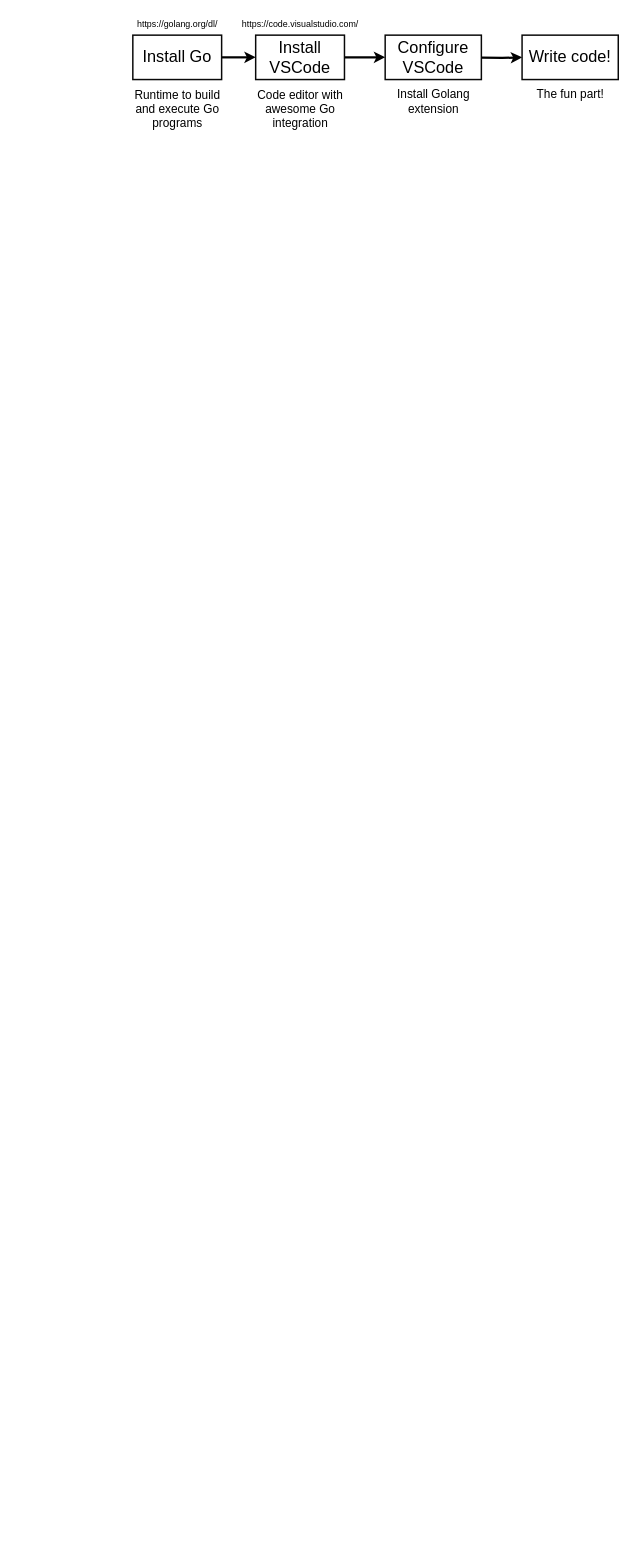
The draw.io diagram page "Page-1" (1 of 21) of Untitled Diagram.drawio in EsraSrg/golang, before the edit. Source tidied: cells renumbered, new cells numbered last; positions are measured from the earlier drawing's top-left corner, leaving out a move shared by most shapes. Both pictures are drawn from the tidied source at 74%, with x=0, y=0 at pixel (131, 13).
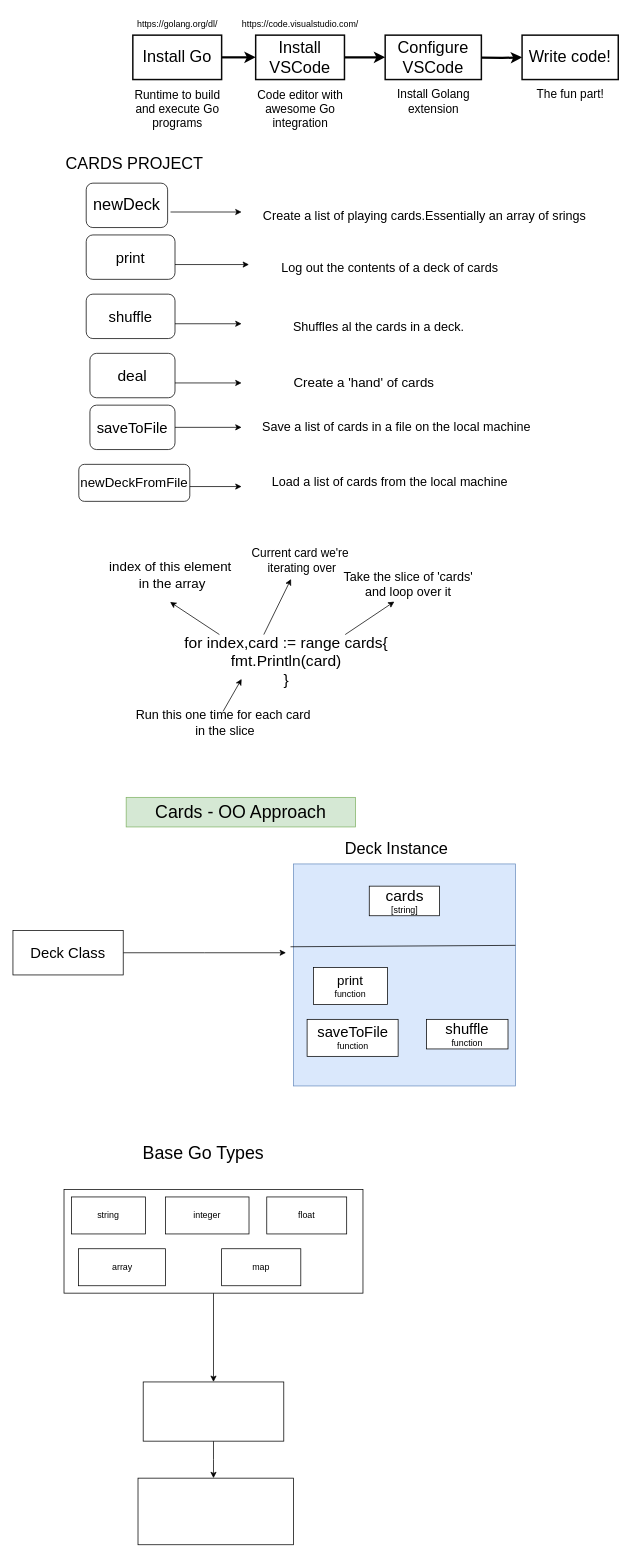
The same diagram, later.

Diff of the diagram source:
```diff
@@
+    <mxCell id="15" value="&lt;font style=&quot;font-size: 22px;&quot;&gt;newDeck&lt;/font&gt;" style="rounded=1;whiteSpace=wrap;html=1;" parent="1" vertex="1">
+      <mxGeometry x="-61" y="230" width="110" height="60" as="geometry" />
+    </mxCell>
+    <mxCell id="16" value="&lt;font style=&quot;font-size: 20px;&quot;&gt;print&lt;/font&gt;" style="rounded=1;whiteSpace=wrap;html=1;" parent="1" vertex="1">
+      <mxGeometry x="-61" y="300" width="120" height="60" as="geometry" />
+    </mxCell>
+    <mxCell id="17" value="&lt;font style=&quot;font-size: 20px;&quot;&gt;shuffle&lt;/font&gt;" style="rounded=1;whiteSpace=wrap;html=1;" parent="1" vertex="1">
+      <mxGeometry x="-61" y="380" width="120" height="60" as="geometry" />
+    </mxCell>
+    <mxCell id="18" value="&lt;font style=&quot;font-size: 21px;&quot;&gt;deal&lt;/font&gt;" style="rounded=1;whiteSpace=wrap;html=1;" parent="1" vertex="1">
+      <mxGeometry x="-56" y="460" width="115" height="60" as="geometry" />
+    </mxCell>
+    <mxCell id="19" value="&lt;font style=&quot;font-size: 18px;&quot;&gt;newDeckFromFile&lt;/font&gt;" style="rounded=1;whiteSpace=wrap;html=1;" parent="1" vertex="1">
+      <mxGeometry x="-71" y="610" width="150" height="50" as="geometry" />
+    </mxCell>
+    <mxCell id="20" value="&lt;font style=&quot;font-size: 20px;&quot;&gt;saveToFile&lt;/font&gt;" style="rounded=1;whiteSpace=wrap;html=1;" parent="1" vertex="1">
+      <mxGeometry x="-56" y="530" width="115" height="60" as="geometry" />
+    </mxCell>
+    <mxCell id="21" value="&lt;font style=&quot;font-size: 22px;&quot;&gt;CARDS PROJECT&lt;/font&gt;" style="text;html=1;align=center;verticalAlign=middle;strokeColor=none;fillColor=none;" parent="1" vertex="1">
+      <mxGeometry x="-101" y="185" width="210" height="40" as="geometry" />
+    </mxCell>
+    <mxCell id="22" style="endArrow=classic;html=1;rounded=0;exitX=1.036;exitY=0.65;exitDx=0;exitDy=0;exitPerimeter=0;" parent="1" edge="1" source="15">
+      <mxGeometry relative="1" as="geometry">
+        <mxPoint x="149" y="269" as="targetPoint" />
+      </mxGeometry>
+    </mxCell>
+    <mxCell id="23" value="&lt;font style=&quot;font-size: 17px;&quot;&gt;Create a list of playing cards.Essentially an array of srings&lt;/font&gt;" style="text;html=1;align=center;verticalAlign=middle;strokeColor=none;fillColor=none;" parent="1" vertex="1">
+      <mxGeometry x="166" y="260" width="460" height="30" as="geometry" />
+    </mxCell>
+    <mxCell id="24" style="endArrow=classic;html=1;rounded=0;" parent="1" edge="1">
+      <mxGeometry relative="1" as="geometry">
+        <mxPoint x="59" y="340" as="sourcePoint" />
+        <mxPoint x="159" y="340" as="targetPoint" />
+      </mxGeometry>
+    </mxCell>
+    <mxCell id="25" value="&lt;font style=&quot;font-size: 17px;&quot;&gt;Log out the contents of a deck of cards&lt;/font&gt;" style="text;html=1;align=center;verticalAlign=middle;strokeColor=none;fillColor=none;" parent="1" vertex="1">
+      <mxGeometry x="189" y="330" width="320" height="30" as="geometry" />
+    </mxCell>
+    <mxCell id="26" style="endArrow=classic;html=1;rounded=0;" parent="1" edge="1">
+      <mxGeometry relative="1" as="geometry">
+        <mxPoint x="59" y="420" as="sourcePoint" />
+        <mxPoint x="149" y="420" as="targetPoint" />
+      </mxGeometry>
+    </mxCell>
+    <mxCell id="27" value="&lt;font style=&quot;font-size: 17px;&quot;&gt;Shuffles al the cards in a deck.&lt;/font&gt;" style="text;html=1;align=center;verticalAlign=middle;strokeColor=none;fillColor=none;" parent="1" vertex="1">
+      <mxGeometry x="209" y="410" width="250" height="30" as="geometry" />
+    </mxCell>
+    <mxCell id="28" style="endArrow=classic;html=1;rounded=0;" parent="1" edge="1">
+      <mxGeometry relative="1" as="geometry">
+        <mxPoint x="59" y="500" as="sourcePoint" />
+        <mxPoint x="149" y="500" as="targetPoint" />
+      </mxGeometry>
+    </mxCell>
+    <mxCell id="29" value="&lt;font style=&quot;font-size: 18px;&quot;&gt;Create a 'hand' of cards&lt;/font&gt;" style="text;html=1;align=center;verticalAlign=middle;strokeColor=none;fillColor=none;" parent="1" vertex="1">
+      <mxGeometry x="209" y="480" width="210" height="40" as="geometry" />
+    </mxCell>
+    <mxCell id="30" style="endArrow=classic;html=1;rounded=0;exitX=1;exitY=0.5;exitDx=0;exitDy=0;" parent="1" edge="1" source="20">
+      <mxGeometry relative="1" as="geometry">
+        <mxPoint x="149" y="560" as="targetPoint" />
+      </mxGeometry>
+    </mxCell>
+    <mxCell id="31" value="&lt;font style=&quot;font-size: 17px;&quot;&gt;Save a list of cards in a file on the local machine&lt;/font&gt;" style="text;html=1;align=center;verticalAlign=middle;strokeColor=none;fillColor=none;" parent="1" vertex="1">
+      <mxGeometry x="163" y="545" width="390" height="30" as="geometry" />
+    </mxCell>
+    <mxCell id="32" style="endArrow=classic;html=1;rounded=0;" parent="1" edge="1">
+      <mxGeometry relative="1" as="geometry">
+        <mxPoint x="79" y="640" as="sourcePoint" />
+        <mxPoint x="149" y="640" as="targetPoint" />
+      </mxGeometry>
+    </mxCell>
+    <mxCell id="33" value="&lt;font style=&quot;font-size: 17px;&quot;&gt;Load a list of cards from the local machine&lt;/font&gt;" style="text;html=1;align=center;verticalAlign=middle;strokeColor=none;fillColor=none;" parent="1" vertex="1">
+      <mxGeometry x="179" y="620" width="340" height="30" as="geometry" />
+    </mxCell>
+    <mxCell id="34" value="&lt;div style=&quot;font-size: 21px;&quot;&gt;&lt;font style=&quot;font-size: 21px;&quot;&gt;for index,card := range cards{&lt;/font&gt;&lt;/div&gt;&lt;div style=&quot;font-size: 21px;&quot;&gt;&lt;font style=&quot;font-size: 21px;&quot;&gt;fmt.Println(card)&lt;/font&gt;&lt;/div&gt;&lt;div style=&quot;font-size: 21px;&quot;&gt;&lt;font style=&quot;font-size: 21px;&quot;&gt;}&lt;font style=&quot;font-size: 21px;&quot;&gt;&lt;br&gt;&lt;/font&gt;&lt;/font&gt;&lt;/div&gt;" style="text;html=1;align=center;verticalAlign=middle;strokeColor=none;fillColor=none;" parent="1" vertex="1">
+      <mxGeometry x="59" y="830" width="300" height="90" as="geometry" />
+    </mxCell>
+    <mxCell id="35" style="endArrow=classic;html=1;rounded=0;entryX=0.486;entryY=1.1;entryDx=0;entryDy=0;entryPerimeter=0;" parent="1" edge="1" target="36">
+      <mxGeometry relative="1" as="geometry">
+        <mxPoint x="119" y="840" as="sourcePoint" />
+      </mxGeometry>
+    </mxCell>
+    <mxCell id="36" value="&lt;div style=&quot;font-size: 18px;&quot;&gt;&lt;font style=&quot;font-size: 18px;&quot;&gt;index of this element&amp;nbsp;&lt;/font&gt;&lt;/div&gt;&lt;div style=&quot;font-size: 18px;&quot;&gt;&lt;font style=&quot;font-size: 18px;&quot;&gt;in the array&lt;/font&gt;&lt;/div&gt;" style="text;html=1;align=center;verticalAlign=middle;points=[];strokeColor=none;fillColor=none;" parent="1" vertex="1">
+      <mxGeometry x="-40" y="730" width="190" height="60" as="geometry" />
+    </mxCell>
+    <mxCell id="37" style="endArrow=classic;html=1;rounded=0;" parent="1" edge="1" target="38">
+      <mxGeometry relative="1" as="geometry">
+        <mxPoint x="179" y="840" as="sourcePoint" />
+      </mxGeometry>
+    </mxCell>
+    <mxCell id="38" value="&lt;div style=&quot;font-size: 16px;&quot;&gt;&lt;font style=&quot;font-size: 16px;&quot;&gt;Current card we're&lt;/font&gt;&lt;/div&gt;&lt;div style=&quot;font-size: 16px;&quot;&gt;&lt;font style=&quot;font-size: 16px;&quot;&gt;&amp;nbsp;iterating over&lt;/font&gt;&lt;/div&gt;" style="text;html=1;align=center;verticalAlign=middle;points=[];strokeColor=none;fillColor=none;" parent="1" vertex="1">
+      <mxGeometry x="153" y="715" width="150" height="50" as="geometry" />
+    </mxCell>
+    <mxCell id="39" value="&lt;div style=&quot;font-size: 17px;&quot;&gt;&lt;font style=&quot;font-size: 17px;&quot;&gt;Take the slice of 'cards'&lt;/font&gt;&lt;/div&gt;&lt;div style=&quot;font-size: 17px;&quot;&gt;&lt;font style=&quot;font-size: 17px;&quot;&gt;and loop over it&lt;font style=&quot;font-size: 17px;&quot;&gt;&lt;br&gt;&lt;/font&gt;&lt;/font&gt;&lt;/div&gt;" style="text;html=1;align=center;verticalAlign=middle;points=[];strokeColor=none;fillColor=none;" parent="1" vertex="1">
+      <mxGeometry x="274" y="748" width="200" height="50" as="geometry" />
+    </mxCell>
+    <mxCell id="40" style="endArrow=classic;html=1;rounded=0;entryX=0.407;entryY=0.95;entryDx=0;entryDy=0;entryPerimeter=0;" parent="1" edge="1" target="39">
+      <mxGeometry relative="1" as="geometry">
+        <mxPoint x="289" y="840" as="sourcePoint" />
+      </mxGeometry>
+    </mxCell>
+    <mxCell id="41" value="&lt;div style=&quot;font-size: 17px;&quot;&gt;&lt;font style=&quot;font-size: 17px;&quot;&gt;Run this one time for each card&lt;/font&gt;&lt;/div&gt;&lt;div style=&quot;font-size: 17px;&quot;&gt;&lt;font style=&quot;font-size: 17px;&quot;&gt;&amp;nbsp;in the slice&lt;/font&gt;&lt;/div&gt;" style="text;html=1;align=center;verticalAlign=middle;points=[];strokeColor=none;fillColor=none;" parent="1" vertex="1">
+      <mxGeometry x="-6" y="935" width="260" height="50" as="geometry" />
+    </mxCell>
+    <mxCell id="42" style="endArrow=classic;html=1;rounded=0;exitX=0.5;exitY=0.175;exitDx=0;exitDy=0;exitPerimeter=0;" parent="1" edge="1" source="41">
+      <mxGeometry relative="1" as="geometry">
+        <mxPoint x="149" y="900" as="targetPoint" />
+      </mxGeometry>
+    </mxCell>
+    <mxCell id="43" value="&lt;font style=&quot;font-size: 24px;&quot;&gt;Cards - OO Approach&lt;/font&gt;" style="rounded=0;whiteSpace=wrap;html=1;fillColor=#d5e8d4;strokeColor=#82b366;" parent="1" vertex="1">
+      <mxGeometry x="-7" y="1060" width="310" height="40" as="geometry" />
+    </mxCell>
+    <mxCell id="44" style="edgeStyle=orthogonalEdgeStyle;rounded=0;jettySize=auto;html=1;" parent="1" edge="1" source="45">
+      <mxGeometry relative="1" as="geometry">
+        <mxPoint x="209" y="1270" as="targetPoint" />
+      </mxGeometry>
+    </mxCell>
+    <mxCell id="45" value="&lt;font style=&quot;font-size: 20px;&quot;&gt;Deck Class&lt;/font&gt;" style="rounded=0;whiteSpace=wrap;html=1;" parent="1" vertex="1">
+      <mxGeometry x="-160" y="1240" width="149" height="60" as="geometry" />
+    </mxCell>
+    <mxCell id="46" value="&lt;div&gt;&lt;br&gt;&lt;/div&gt;&lt;div&gt;&lt;br&gt;&lt;/div&gt;&lt;div&gt;&lt;br&gt;&lt;/div&gt;&lt;div&gt;&lt;br&gt;&lt;/div&gt;&lt;div&gt;&lt;br&gt;&lt;/div&gt;&lt;div&gt;&lt;br&gt;&lt;/div&gt;" style="whiteSpace=wrap;html=1;fillColor=#dae8fc;strokeColor=#6c8ebf;" parent="1" vertex="1">
+      <mxGeometry x="219" y="1150" width="300" height="300" as="geometry" />
+    </mxCell>
+    <mxCell id="47" value="&lt;div&gt;&lt;font style=&quot;font-size: 20px;&quot;&gt;shuffle&lt;/font&gt;&lt;/div&gt;&lt;div&gt;function&lt;br&gt;&lt;/div&gt;" style="rounded=0;whiteSpace=wrap;html=1;" parent="1" vertex="1">
+      <mxGeometry x="399" y="1360" width="110" height="40" as="geometry" />
+    </mxCell>
+    <mxCell id="48" value="&lt;div style=&quot;font-size: 20px;&quot;&gt;saveToFile&lt;/div&gt;&lt;div&gt;function&lt;br&gt;&lt;/div&gt;" style="rounded=0;whiteSpace=wrap;html=1;" parent="1" vertex="1">
+      <mxGeometry x="237.5" y="1360" width="123" height="50" as="geometry" />
+    </mxCell>
+    <mxCell id="49" value="&lt;div&gt;&lt;font style=&quot;font-size: 18px;&quot;&gt;print&lt;/font&gt;&lt;/div&gt;&lt;div&gt;function&lt;br&gt;&lt;/div&gt;" style="rounded=0;whiteSpace=wrap;html=1;" parent="1" vertex="1">
+      <mxGeometry x="246" y="1290" width="100" height="50" as="geometry" />
+    </mxCell>
+    <mxCell id="50" value="&lt;div&gt;&lt;font style=&quot;font-size: 21px;&quot;&gt;cards&lt;/font&gt;&lt;/div&gt;&lt;div&gt;[string]&lt;br&gt;&lt;/div&gt;" style="rounded=0;whiteSpace=wrap;html=1;" parent="1" vertex="1">
+      <mxGeometry x="321.5" y="1180" width="95" height="40" as="geometry" />
+    </mxCell>
+    <mxCell id="51" style="endArrow=none;html=1;rounded=0;exitX=-0.013;exitY=0.373;exitDx=0;exitDy=0;exitPerimeter=0;" parent="1" edge="1" source="46">
+      <mxGeometry relative="1" as="geometry">
+        <mxPoint x="519" y="1260" as="targetPoint" />
+      </mxGeometry>
+    </mxCell>
+    <mxCell id="52" value="&lt;font style=&quot;font-size: 22px;&quot;&gt;Deck Instance&lt;/font&gt;" style="text;html=1;align=center;verticalAlign=middle;strokeColor=none;fillColor=none;" parent="1" vertex="1">
+      <mxGeometry x="278" y="1110" width="160" height="40" as="geometry" />
+    </mxCell>
+    <mxCell id="53" value="&lt;div style=&quot;font-size: 24px;&quot;&gt;&lt;font style=&quot;font-size: 24px;&quot;&gt;Base Go Types&lt;/font&gt;&lt;/div&gt;&lt;div style=&quot;font-size: 24px;&quot;&gt;&lt;font style=&quot;font-size: 24px;&quot;&gt;&lt;br&gt;&lt;/font&gt;&lt;/div&gt;" style="text;html=1;align=center;verticalAlign=middle;strokeColor=none;fillColor=none;" parent="1" vertex="1">
+      <mxGeometry x="2" y="1520" width="190" height="70" as="geometry" />
+    </mxCell>
+    <mxCell id="54" style="edgeStyle=orthogonalEdgeStyle;rounded=0;jettySize=auto;html=1;exitX=0.5;exitY=1;exitDx=0;exitDy=0;entryX=0.5;entryY=0;entryDx=0;entryDy=0;" parent="1" edge="1" source="55" target="62">
+      <mxGeometry relative="1" as="geometry" />
+    </mxCell>
+    <mxCell id="55" style="rounded=0;whiteSpace=wrap;html=1;" parent="1" vertex="1">
+      <mxGeometry x="-91" y="1590" width="404" height="140" as="geometry" />
+    </mxCell>
+    <mxCell id="56" value="map" style="rounded=0;whiteSpace=wrap;html=1;" parent="1" vertex="1">
+      <mxGeometry x="122" y="1670" width="107" height="50" as="geometry" />
+    </mxCell>
+    <mxCell id="57" value="array" style="rounded=0;whiteSpace=wrap;html=1;" parent="1" vertex="1">
+      <mxGeometry x="-71.5" y="1670" width="117.5" height="50" as="geometry" />
+    </mxCell>
+    <mxCell id="58" value="float" style="rounded=0;whiteSpace=wrap;html=1;" parent="1" vertex="1">
+      <mxGeometry x="183" y="1600" width="108" height="50" as="geometry" />
+    </mxCell>
+    <mxCell id="59" value="integer" style="rounded=0;whiteSpace=wrap;html=1;" parent="1" vertex="1">
+      <mxGeometry x="46" y="1600" width="113" height="50" as="geometry" />
+    </mxCell>
+    <mxCell id="60" value="string" style="rounded=0;whiteSpace=wrap;html=1;" parent="1" vertex="1">
+      <mxGeometry x="-81" y="1600" width="100" height="50" as="geometry" />
+    </mxCell>
+    <mxCell id="61" style="edgeStyle=orthogonalEdgeStyle;rounded=0;jettySize=auto;html=1;exitX=0.5;exitY=1;exitDx=0;exitDy=0;" parent="1" edge="1" source="62">
+      <mxGeometry relative="1" as="geometry">
+        <mxPoint x="111" y="1980" as="targetPoint" />
+      </mxGeometry>
+    </mxCell>
+    <mxCell id="62" style="rounded=0;whiteSpace=wrap;html=1;" parent="1" vertex="1">
+      <mxGeometry x="16" y="1850" width="190" height="80" as="geometry" />
+    </mxCell>
+    <mxCell id="63" style="rounded=0;whiteSpace=wrap;html=1;" parent="1" vertex="1">
+      <mxGeometry x="9" y="1980" width="210" height="90" as="geometry" />
+    </mxCell>
```
